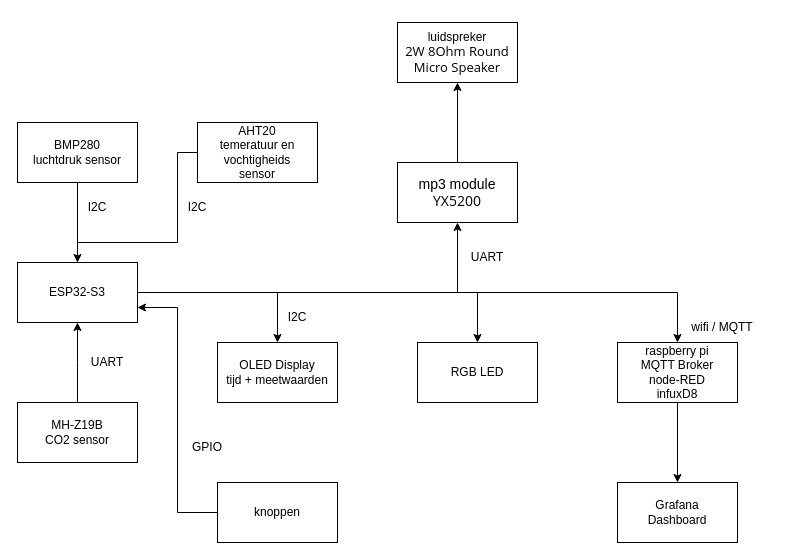
Earlier version of the draw.io diagram docs/blokdiagramIoT.drawio (TiesBerghs447/IoT-smart-air-clock). Source tidied: cells renumbered, new cells numbered last; positions are measured from the earlier drawing's top-left corner, leaving out a move shared by most shapes. Both pictures are drawn from the tidied source at 100%, with x=0, y=0 at pixel (17, 22).
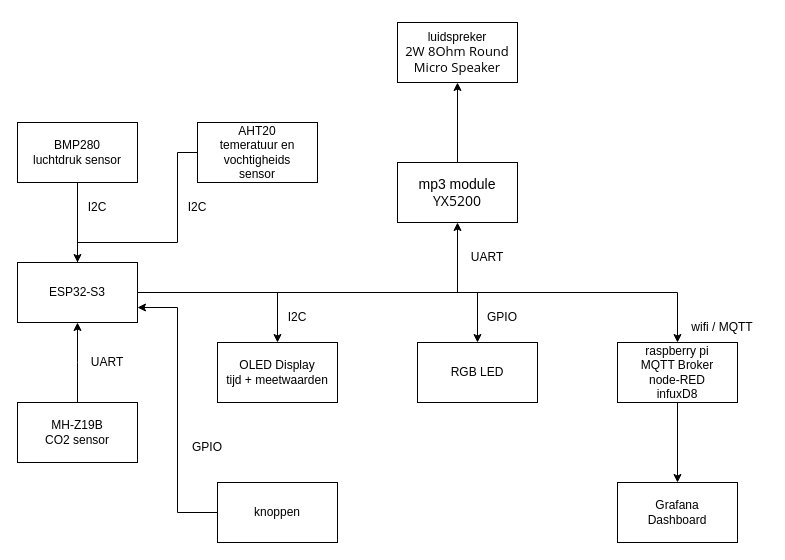
After the change.

What changed in the source:
```diff
@@
+    <mxCell id="30" value="GPIO" style="text;html=1;whiteSpace=wrap;strokeColor=none;fillColor=none;align=center;verticalAlign=middle;rounded=0;" parent="1" vertex="1">
+      <mxGeometry x="455" y="280" width="60" height="30" as="geometry" />
+    </mxCell>
```
